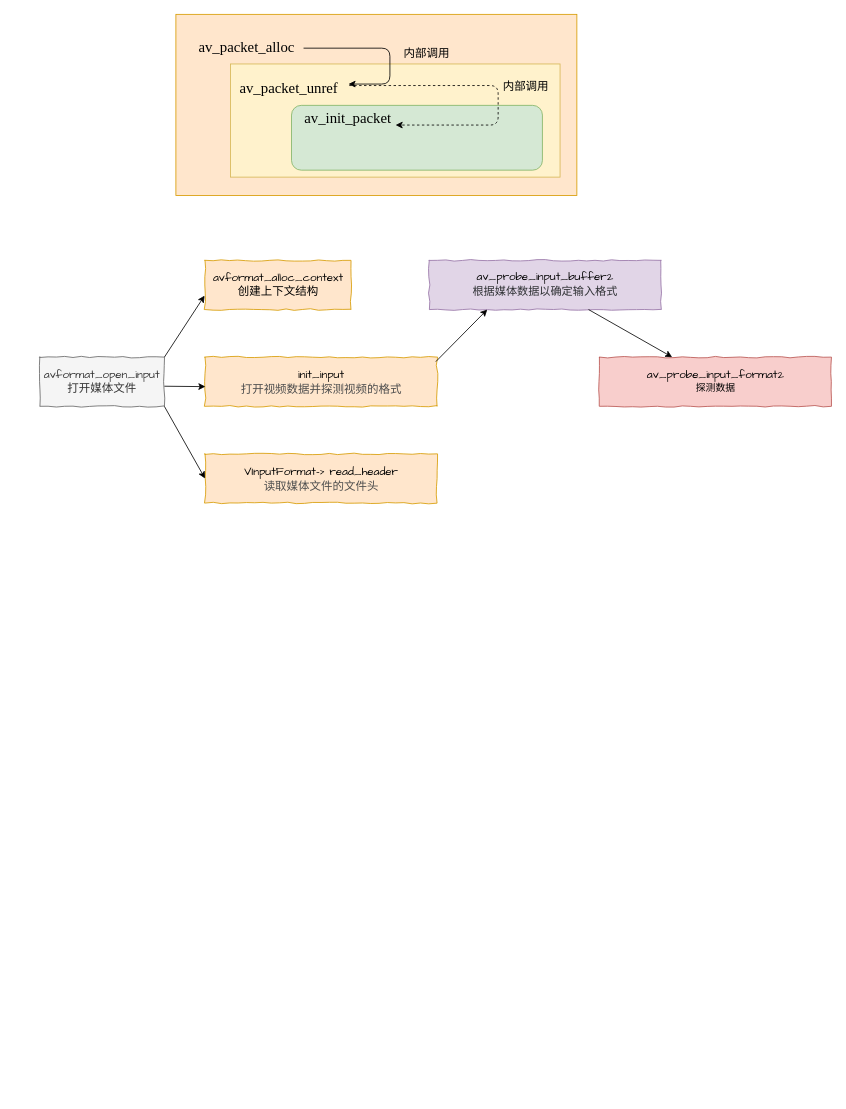
Before: page "音视频学习01" (5 of 5) of docs/workSpacePic/图标.drawio in kenlin-00/kendall-cpp-view, a draw.io diagram. Source tidied: cells renumbered, new cells numbered last; positions are measured from the earlier drawing's top-left corner, leaving out a move shared by most shapes. Both pictures are drawn from the tidied source at 82%, with x=0, y=0 at pixel (39, 14).
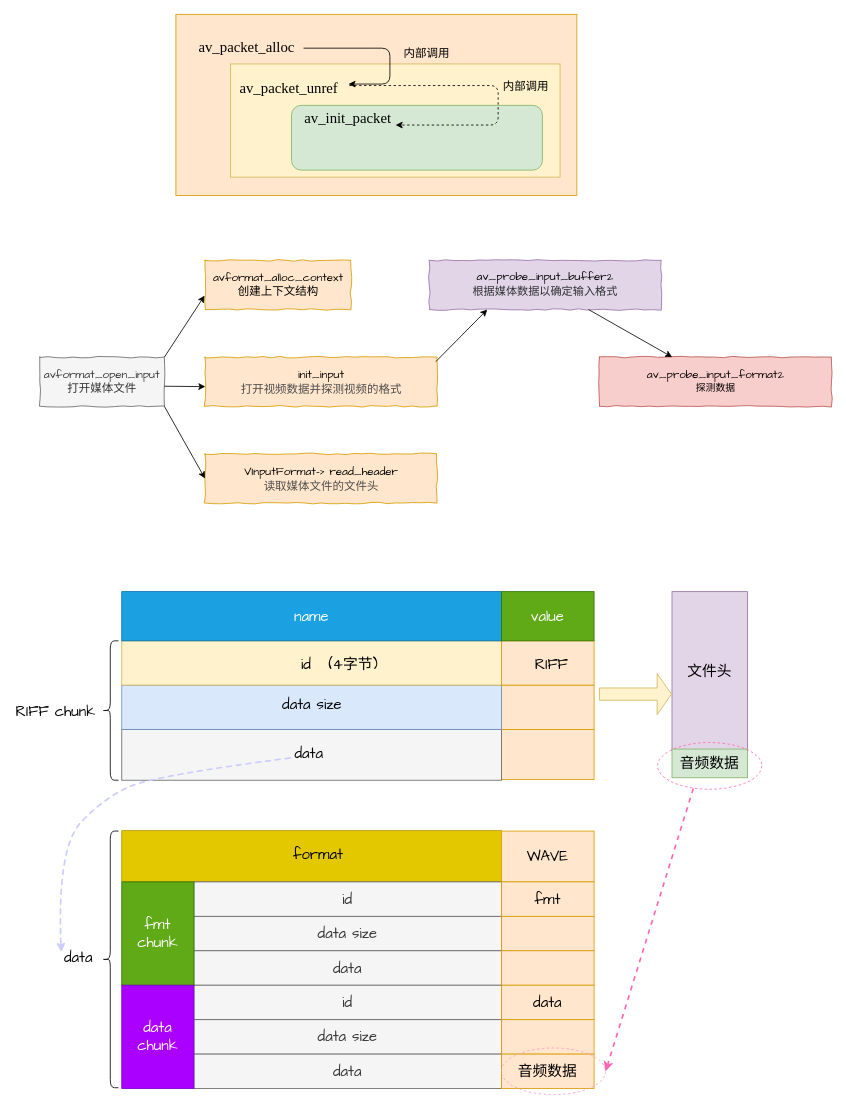
The same diagram, later.

Change to the diagram source:
```diff
@@
+    <mxCell id="23" style="rounded=0;whiteSpace=wrap;html=1;fillColor=#ffe6cc;strokeColor=#d79b00;" parent="1" vertex="1">
+      <mxGeometry x="563" y="872" width="113" height="61" as="geometry" />
+    </mxCell>
+    <mxCell id="24" style="rounded=0;whiteSpace=wrap;html=1;fillColor=#f5f5f5;strokeColor=#666666;fontColor=#333333;" parent="1" vertex="1">
+      <mxGeometry x="100" y="872" width="463" height="62" as="geometry" />
+    </mxCell>
+    <mxCell id="25" style="rounded=0;whiteSpace=wrap;html=1;fillColor=#ffe6cc;strokeColor=#d79b00;" parent="1" vertex="1">
+      <mxGeometry x="563" y="818" width="113" height="54" as="geometry" />
+    </mxCell>
+    <mxCell id="26" style="rounded=0;whiteSpace=wrap;html=1;fillColor=#dae8fc;strokeColor=#6c8ebf;" parent="1" vertex="1">
+      <mxGeometry x="100" y="818" width="463" height="54" as="geometry" />
+    </mxCell>
@@
+    <mxCell id="27" value="&amp;nbsp; &amp;nbsp; &amp;nbsp;&amp;nbsp;" style="rounded=0;whiteSpace=wrap;html=1;fillColor=#fff2cc;strokeColor=#d6b656;" parent="1" vertex="1">
+      <mxGeometry x="100" y="764" width="463" height="54" as="geometry" />
+    </mxCell>
+    <mxCell id="28" value="&lt;font face=&quot;Comic Sans MS&quot; style=&quot;font-size: 18px&quot;&gt;name&lt;/font&gt;" style="rounded=0;whiteSpace=wrap;html=1;fillColor=#1ba1e2;strokeColor=#006EAF;fontColor=#ffffff;" parent="1" vertex="1">
+      <mxGeometry x="100" y="704" width="463" height="60" as="geometry" />
+    </mxCell>
+    <mxCell id="29" style="rounded=0;whiteSpace=wrap;html=1;fillColor=#ffe6cc;strokeColor=#d79b00;" parent="1" vertex="1">
+      <mxGeometry x="563" y="764" width="113" height="54" as="geometry" />
+    </mxCell>
+    <mxCell id="30" value="&lt;font face=&quot;Comic Sans MS&quot; style=&quot;font-size: 18px&quot;&gt;value&lt;/font&gt;" style="rounded=0;whiteSpace=wrap;html=1;fillColor=#60a917;strokeColor=#2D7600;fontColor=#ffffff;" parent="1" vertex="1">
+      <mxGeometry x="563" y="704" width="113" height="60" as="geometry" />
+    </mxCell>
+    <mxCell id="31" style="shape=curlyBracket;whiteSpace=wrap;html=1;rounded=1;" parent="1" vertex="1">
+      <mxGeometry x="76" y="764" width="20" height="170" as="geometry" />
+    </mxCell>
+    <mxCell id="32" value="&lt;font face=&quot;Comic Sans MS&quot; style=&quot;font-size: 18px&quot;&gt;RIFF chunk&lt;/font&gt;" style="text;html=1;align=left;verticalAlign=top;spacingTop=-4;" parent="1" vertex="1">
+      <mxGeometry x="-31" y="837" width="107" height="16" as="geometry" />
+    </mxCell>
+    <mxCell id="33" value="&lt;font face=&quot;Comic Sans MS&quot; style=&quot;font-size: 18px&quot;&gt;id&amp;nbsp; &amp;nbsp;(4字节)&lt;/font&gt;" style="text;html=1;align=left;verticalAlign=top;spacingTop=-4;" parent="1" vertex="1">
+      <mxGeometry x="316.5" y="779.5" width="102" height="16" as="geometry" />
+    </mxCell>
+    <mxCell id="34" value="&lt;font face=&quot;Comic Sans MS&quot; style=&quot;font-size: 18px&quot;&gt;RIFF&lt;/font&gt;" style="text;html=1;align=left;verticalAlign=top;spacingTop=-4;" parent="1" vertex="1">
+      <mxGeometry x="602" y="779.5" width="53" height="16" as="geometry" />
+    </mxCell>
+    <mxCell id="35" value="&lt;font style=&quot;font-size: 18px&quot;&gt;文件头&lt;/font&gt;" style="rounded=0;whiteSpace=wrap;html=1;fillColor=#e1d5e7;strokeColor=#9673a6;" parent="1" vertex="1">
+      <mxGeometry x="771" y="704" width="92" height="194" as="geometry" />
+    </mxCell>
+    <mxCell id="36" value="&lt;font style=&quot;font-size: 18px&quot;&gt;音频数据&lt;/font&gt;" style="rounded=0;whiteSpace=wrap;html=1;fillColor=#d5e8d4;strokeColor=#82b366;" parent="1" vertex="1">
+      <mxGeometry x="771" y="896" width="92" height="35" as="geometry" />
+    </mxCell>
+    <mxCell id="37" style="shape=singleArrow;whiteSpace=wrap;html=1;fillColor=#fff2cc;strokeColor=#d6b656;" parent="1" vertex="1">
+      <mxGeometry x="682.5" y="804" width="88" height="50" as="geometry" />
+    </mxCell>
+    <mxCell id="38" value="&lt;font face=&quot;Comic Sans MS&quot; style=&quot;font-size: 18px&quot;&gt;data size&lt;/font&gt;" style="text;html=1;align=left;verticalAlign=top;spacingTop=-4;" parent="1" vertex="1">
+      <mxGeometry x="293.5" y="829" width="86" height="16" as="geometry" />
+    </mxCell>
+    <mxCell id="39" value="&lt;font face=&quot;Comic Sans MS&quot; style=&quot;font-size: 18px&quot;&gt;data&amp;nbsp;&lt;/font&gt;" style="text;html=1;points=[];align=left;verticalAlign=top;spacingTop=-4;" parent="1" vertex="1">
+      <mxGeometry x="309" y="888" width="53" height="16" as="geometry" />
+    </mxCell>
+    <mxCell id="40" style="rounded=0;whiteSpace=wrap;html=1;fillColor=#e3c800;strokeColor=#B09500;fontColor=#ffffff;" parent="1" vertex="1">
+      <mxGeometry x="100" y="995.5" width="463" height="62" as="geometry" />
+    </mxCell>
+    <mxCell id="41" value="&lt;font face=&quot;Comic Sans MS&quot; style=&quot;font-size: 18px&quot;&gt;format&lt;/font&gt;" style="text;html=1;align=left;verticalAlign=top;spacingTop=-4;" parent="1" vertex="1">
+      <mxGeometry x="307" y="1011" width="69" height="16" as="geometry" />
+    </mxCell>
+    <mxCell id="42" style="endArrow=classic;html=1;exitX=-0.068;exitY=1.175;exitDx=0;exitDy=0;exitPerimeter=0;comic=1;shadow=0;strokeWidth=2;snapToPoint=0;curved=1;entryX=-0.038;entryY=0.444;entryDx=0;entryDy=0;entryPerimeter=0;dashed=1;strokeColor=#CCCCFF;" parent="1" edge="1" source="39" target="59">
+      <mxGeometry relative="1" as="geometry">
+        <Array as="points">
+          <mxPoint x="143" y="928" />
+          <mxPoint x="80" y="954" />
+          <mxPoint x="21" y="1016" />
+        </Array>
+      </mxGeometry>
+    </mxCell>
+    <mxCell id="43" value="&lt;font style=&quot;font-size: 18px&quot; face=&quot;Comic Sans MS&quot;&gt;id&lt;/font&gt;" style="rounded=0;whiteSpace=wrap;html=1;fillColor=#f5f5f5;strokeColor=#666666;fontColor=#333333;" parent="1" vertex="1">
+      <mxGeometry x="188" y="1058" width="375" height="42" as="geometry" />
+    </mxCell>
+    <mxCell id="44" value="&lt;font face=&quot;Comic Sans MS&quot;&gt;&lt;span style=&quot;font-size: 18px&quot;&gt;data size&lt;/span&gt;&lt;/font&gt;" style="rounded=0;whiteSpace=wrap;html=1;fillColor=#f5f5f5;strokeColor=#666666;fontColor=#333333;" parent="1" vertex="1">
+      <mxGeometry x="188" y="1100" width="375" height="42" as="geometry" />
+    </mxCell>
+    <mxCell id="45" value="&lt;span style=&quot;font-family: &amp;#34;comic sans ms&amp;#34; ; font-size: 18px ; white-space: normal&quot;&gt;data&lt;/span&gt;" style="rounded=0;whiteSpace=wrap;html=1;fillColor=#f5f5f5;strokeColor=#666666;fontColor=#333333;" parent="1" vertex="1">
+      <mxGeometry x="188" y="1142" width="375" height="42" as="geometry" />
+    </mxCell>
+    <mxCell id="46" value="&lt;font style=&quot;font-size: 18px&quot; face=&quot;Comic Sans MS&quot;&gt;fmt&lt;br&gt;chunk&lt;/font&gt;" style="rounded=0;whiteSpace=wrap;html=1;fillColor=#60a917;strokeColor=#2D7600;fontColor=#ffffff;" parent="1" vertex="1">
+      <mxGeometry x="100" y="1058" width="88" height="126" as="geometry" />
+    </mxCell>
+    <mxCell id="47" value="&lt;font style=&quot;font-size: 18px&quot; face=&quot;Comic Sans MS&quot;&gt;WAVE&lt;/font&gt;" style="rounded=0;whiteSpace=wrap;html=1;fillColor=#ffe6cc;strokeColor=#d79b00;" parent="1" vertex="1">
+      <mxGeometry x="563" y="996" width="113" height="62" as="geometry" />
+    </mxCell>
+    <mxCell id="48" value="&lt;font face=&quot;Comic Sans MS&quot;&gt;&lt;span style=&quot;font-size: 18px&quot;&gt;fmt&lt;/span&gt;&lt;/font&gt;" style="rounded=0;whiteSpace=wrap;html=1;fillColor=#ffe6cc;strokeColor=#d79b00;" parent="1" vertex="1">
+      <mxGeometry x="563" y="1058" width="113" height="42" as="geometry" />
+    </mxCell>
+    <mxCell id="49" style="rounded=0;whiteSpace=wrap;html=1;fillColor=#ffe6cc;strokeColor=#d79b00;" parent="1" vertex="1">
+      <mxGeometry x="563" y="1100" width="113" height="42" as="geometry" />
+    </mxCell>
+    <mxCell id="50" style="rounded=0;whiteSpace=wrap;html=1;fillColor=#ffe6cc;strokeColor=#d79b00;" parent="1" vertex="1">
+      <mxGeometry x="563" y="1142" width="113" height="42" as="geometry" />
+    </mxCell>
+    <mxCell id="51" value="&lt;span style=&quot;font-family: &amp;#34;comic sans ms&amp;#34; ; font-size: 18px ; white-space: normal&quot;&gt;id&lt;/span&gt;" style="rounded=0;whiteSpace=wrap;html=1;fillColor=#f5f5f5;strokeColor=#666666;fontColor=#333333;" parent="1" vertex="1">
+      <mxGeometry x="188" y="1184" width="375" height="42" as="geometry" />
+    </mxCell>
+    <mxCell id="52" value="&lt;span style=&quot;font-family: &amp;#34;comic sans ms&amp;#34; ; font-size: 18px ; white-space: normal&quot;&gt;data size&lt;/span&gt;" style="rounded=0;whiteSpace=wrap;html=1;fillColor=#f5f5f5;strokeColor=#666666;fontColor=#333333;" parent="1" vertex="1">
+      <mxGeometry x="188" y="1226" width="375" height="42" as="geometry" />
+    </mxCell>
+    <mxCell id="53" value="&lt;span style=&quot;font-family: &amp;#34;comic sans ms&amp;#34; ; font-size: 18px ; white-space: normal&quot;&gt;data&lt;/span&gt;" style="rounded=0;whiteSpace=wrap;html=1;fillColor=#f5f5f5;strokeColor=#666666;fontColor=#333333;" parent="1" vertex="1">
+      <mxGeometry x="188" y="1268" width="375" height="42" as="geometry" />
+    </mxCell>
+    <mxCell id="54" value="&lt;font face=&quot;comic sans ms&quot;&gt;&lt;span style=&quot;font-size: 18px&quot;&gt;data&lt;/span&gt;&lt;/font&gt;&lt;br style=&quot;font-family: &amp;#34;comic sans ms&amp;#34; ; font-size: 18px ; white-space: normal&quot;&gt;&lt;span style=&quot;font-family: &amp;#34;comic sans ms&amp;#34; ; font-size: 18px ; white-space: normal&quot;&gt;chunk&lt;/span&gt;" style="rounded=0;whiteSpace=wrap;html=1;fillColor=#aa00ff;strokeColor=#7700CC;fontColor=#ffffff;" parent="1" vertex="1">
+      <mxGeometry x="100" y="1184" width="88" height="126" as="geometry" />
+    </mxCell>
+    <mxCell id="55" value="&lt;font style=&quot;font-size: 18px&quot; face=&quot;Comic Sans MS&quot;&gt;data&lt;/font&gt;" style="rounded=0;whiteSpace=wrap;html=1;fillColor=#ffe6cc;strokeColor=#d79b00;" parent="1" vertex="1">
+      <mxGeometry x="563" y="1184" width="113" height="42" as="geometry" />
+    </mxCell>
+    <mxCell id="56" style="rounded=0;whiteSpace=wrap;html=1;fillColor=#ffe6cc;strokeColor=#d79b00;" parent="1" vertex="1">
+      <mxGeometry x="563" y="1226" width="113" height="42" as="geometry" />
+    </mxCell>
+    <mxCell id="57" value="&lt;font style=&quot;font-size: 18px&quot;&gt;音频数据&lt;/font&gt;" style="rounded=0;whiteSpace=wrap;html=1;fillColor=#ffe6cc;strokeColor=#d79b00;" parent="1" vertex="1">
+      <mxGeometry x="563" y="1268" width="113" height="42" as="geometry" />
+    </mxCell>
+    <mxCell id="58" style="shape=curlyBracket;whiteSpace=wrap;html=1;rounded=1;" parent="1" vertex="1">
+      <mxGeometry x="76" y="996" width="20" height="313" as="geometry" />
+    </mxCell>
+    <mxCell id="59" value="&lt;font face=&quot;Comic Sans MS&quot; style=&quot;font-size: 18px&quot;&gt;data&lt;/font&gt;" style="text;html=1;points=[];align=left;verticalAlign=top;spacingTop=-4;" parent="1" vertex="1">
+      <mxGeometry x="28" y="1136.5" width="48" height="16" as="geometry" />
+    </mxCell>
+    <mxCell id="60" style="ellipse;whiteSpace=wrap;html=1;dashed=1;gradientColor=none;fillColor=none;strokeColor=#FF66B3;" parent="1" vertex="1">
+      <mxGeometry x="753.5" y="888" width="127" height="57" as="geometry" />
+    </mxCell>
+    <mxCell id="61" style="ellipse;whiteSpace=wrap;html=1;dashed=1;gradientColor=none;fillColor=none;strokeColor=#FF99CC;" parent="1" vertex="1">
+      <mxGeometry x="563" y="1260.5" width="127" height="57" as="geometry" />
+    </mxCell>
+    <mxCell id="62" style="endArrow=classic;html=1;shadow=0;dashed=1;strokeColor=#FF66B3;strokeWidth=2;exitX=0.343;exitY=0.982;exitDx=0;exitDy=0;exitPerimeter=0;entryX=1;entryY=0.5;entryDx=0;entryDy=0;" parent="1" edge="1" source="60" target="61">
+      <mxGeometry relative="1" as="geometry" />
+    </mxCell>
```
